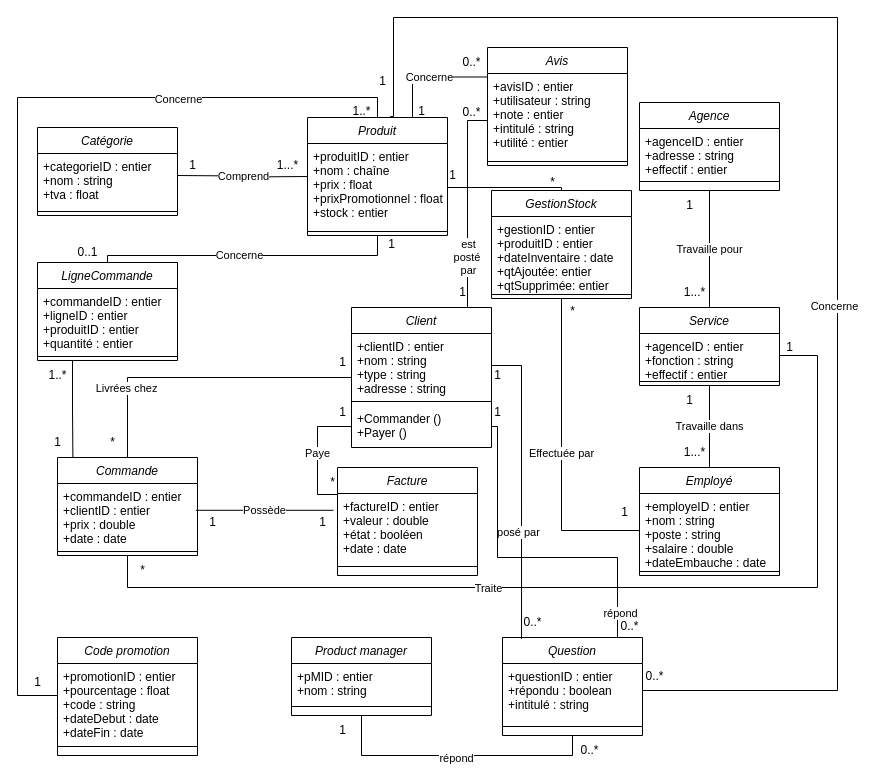
Pi-erren/Canard_Dodu keeps this draw.io diagram as Modele de classe réduit.drawio. Above is the earlier version. Source tidied: cells renumbered, new cells numbered last; positions are measured from the earlier drawing's top-left corner, leaving out a move shared by most shapes. Both pictures are drawn from the tidied source at 100%, with x=0, y=0 at pixel (17, 17).
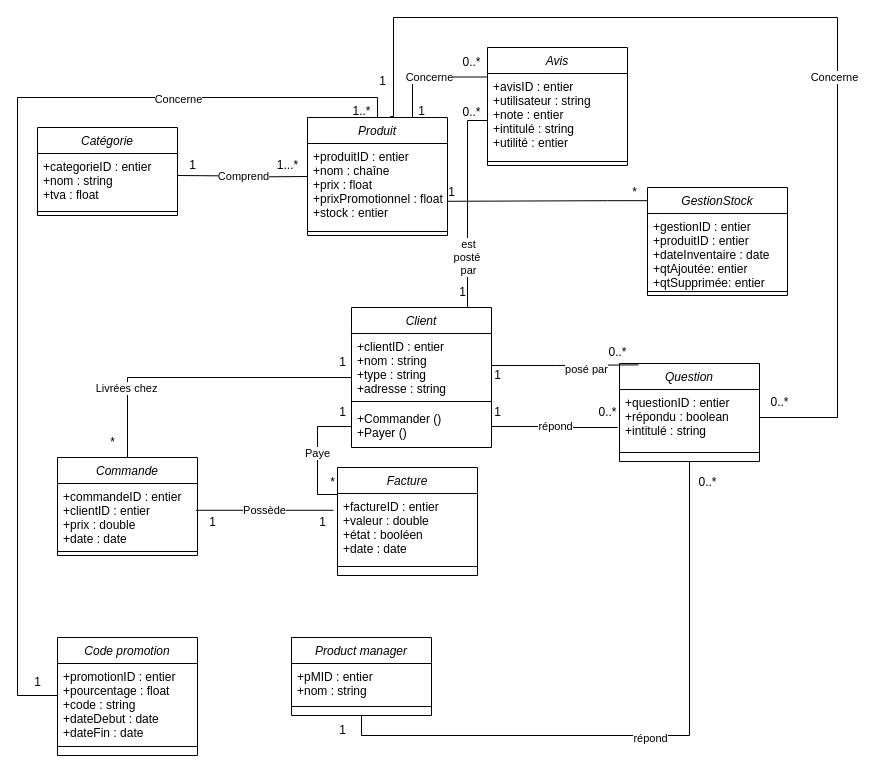
The same diagram, later.

Commit message:
Mettre à jour Modele de classe réduit.drawio

Unchanged cells that the change refers to:
```xml
<mxCell id="2" value="Produit" style="swimlane;fontStyle=2;align=center;verticalAlign=top;horizontal=1;startSize=26;rounded=0;shadow=0;strokeWidth=1;" parent="1" vertex="1">
  <mxGeometry x="290" y="100" width="140" height="118" as="geometry" />
</mxCell>
<mxCell id="3" value="+produitID : entier&#10;+nom : chaîne&#10;+prix : float&#10;+prixPromotionnel : float&#10;+stock : entier" style="text;align=left;verticalAlign=top;spacingLeft=4;spacingRight=4;overflow=hidden;points=[[0,0.5],[1,0.5]];portConstraint=eastwest;" parent="2" vertex="1">
  <mxGeometry y="26" width="140" height="84" as="geometry" />
</mxCell>
<mxCell id="15" value="+Commander ()&#10;+Payer ()" style="text;align=left;verticalAlign=top;spacingLeft=4;spacingRight=4;overflow=hidden;points=[[0,0.5],[1,0.5]];portConstraint=eastwest;" parent="12" vertex="1">
  <mxGeometry y="98" width="140" height="42" as="geometry" />
</mxCell>
<mxCell id="18" value="Commande" style="swimlane;fontStyle=2;align=center;verticalAlign=top;horizontal=1;startSize=26;rounded=0;shadow=0;strokeWidth=1;" parent="1" vertex="1">
  <mxGeometry x="40" y="440" width="140" height="98" as="geometry" />
</mxCell>
<mxCell id="92" value="+questionID : entier&#10;+répondu : boolean&#10;+intitulé : string" style="text;align=left;verticalAlign=top;spacingLeft=4;spacingRight=4;overflow=hidden;points=[[0,0.5],[1,0.5]];portConstraint=eastwest;" parent="91" vertex="1">
  <mxGeometry y="26" width="140" height="54" as="geometry" />
</mxCell>
```

Diff of the diagram source:
```diff
@@
-    <mxCell id="5" value="Travaille dans" style="edgeStyle=orthogonalEdgeStyle;rounded=0;jettySize=auto;html=1;exitX=0.5;exitY=0;exitDx=0;exitDy=0;entryX=0.5;entryY=1;entryDx=0;entryDy=0;endArrow=none;endFill=0;" parent="1" edge="1" source="6" target="28">
-      <mxGeometry relative="1" as="geometry" />
-    </mxCell>
-    <mxCell id="6" value="Employé" style="swimlane;fontStyle=2;align=center;verticalAlign=top;horizontal=1;startSize=26;rounded=0;shadow=0;strokeWidth=1;" parent="1" vertex="1">
-      <mxGeometry x="622" y="450" width="140" height="108" as="geometry" />
-    </mxCell>
-    <mxCell id="7" value="+employeID : entier&#10;+nom : string&#10;+poste : string&#10;+salaire : double&#10;+dateEmbauche : date" style="text;align=left;verticalAlign=top;spacingLeft=4;spacingRight=4;overflow=hidden;points=[[0,0.5],[1,0.5]];portConstraint=eastwest;" parent="6" vertex="1">
-      <mxGeometry y="26" width="140" height="74" as="geometry" />
-    </mxCell>
-    <mxCell id="8" style="line;html=1;strokeWidth=1;align=left;verticalAlign=middle;spacingTop=-1;spacingLeft=3;spacingRight=3;labelPosition=right;" parent="6" vertex="1">
-      <mxGeometry y="100" width="140" height="8" as="geometry" />
-    </mxCell>
@@
-    <mxCell id="21" value="Travaille pour" style="edgeStyle=orthogonalEdgeStyle;rounded=0;jettySize=auto;html=1;exitX=0.5;exitY=1;exitDx=0;exitDy=0;strokeColor=default;startArrow=none;startFill=0;endArrow=none;endFill=0;" parent="1" edge="1" source="22" target="28">
-      <mxGeometry relative="1" as="geometry" />
-    </mxCell>
-    <mxCell id="22" value="Agence" style="swimlane;fontStyle=2;align=center;verticalAlign=top;horizontal=1;startSize=26;rounded=0;shadow=0;strokeWidth=1;" parent="1" vertex="1">
-      <mxGeometry x="622" y="85" width="140" height="88" as="geometry" />
-    </mxCell>
-    <mxCell id="23" value="+agenceID : entier&#10;+adresse : string&#10;+effectif : entier" style="text;align=left;verticalAlign=top;spacingLeft=4;spacingRight=4;overflow=hidden;" parent="22" vertex="1">
-      <mxGeometry y="26" width="140" height="44" as="geometry" />
-    </mxCell>
-    <mxCell id="24" style="line;html=1;strokeWidth=1;align=left;verticalAlign=middle;spacingTop=-1;spacingLeft=3;spacingRight=3;labelPosition=right;" parent="22" vertex="1">
-      <mxGeometry y="70" width="140" height="18" as="geometry" />
-    </mxCell>
@@
-    <mxCell id="28" value="Service" style="swimlane;fontStyle=2;align=center;verticalAlign=top;horizontal=1;startSize=26;rounded=0;shadow=0;strokeWidth=1;" parent="1" vertex="1">
-      <mxGeometry x="622" y="290" width="140" height="78" as="geometry" />
-    </mxCell>
-    <mxCell id="29" value="+agenceID : entier&#10;+fonction : string&#10;+effectif : entier" style="text;align=left;verticalAlign=top;spacingLeft=4;spacingRight=4;overflow=hidden;points=[[0,0.5],[1,0.5]];portConstraint=eastwest;" parent="28" vertex="1">
-      <mxGeometry y="26" width="140" height="44" as="geometry" />
-    </mxCell>
-    <mxCell id="30" style="line;html=1;strokeWidth=1;align=left;verticalAlign=middle;spacingTop=-1;spacingLeft=3;spacingRight=3;labelPosition=right;" parent="28" vertex="1">
-      <mxGeometry y="70" width="140" height="8" as="geometry" />
-    </mxCell>
@@
-    <mxCell id="36" value="1...*" style="text;html=1;align=center;verticalAlign=middle;strokeColor=none;fillColor=none;" parent="1" vertex="1">
-      <mxGeometry x="657" y="260" width="40" height="30" as="geometry" />
-    </mxCell>
@@
-    <mxCell id="38" value="*" style="text;html=1;align=center;verticalAlign=middle;strokeColor=none;fillColor=none;" parent="1" vertex="1">
-      <mxGeometry x="110" y="538" width="30" height="30" as="geometry" />
-    </mxCell>
-    <mxCell id="39" value="1" style="text;html=1;align=center;verticalAlign=middle;strokeColor=none;fillColor=none;" parent="1" vertex="1">
-      <mxGeometry x="757" y="315" width="30" height="30" as="geometry" />
-    </mxCell>
-    <mxCell id="40" value="1...*" style="text;html=1;align=center;verticalAlign=middle;strokeColor=none;fillColor=none;" parent="1" vertex="1">
-      <mxGeometry x="657" y="420" width="40" height="30" as="geometry" />
-    </mxCell>
-    <mxCell id="41" value="1" style="text;html=1;align=center;verticalAlign=middle;strokeColor=none;fillColor=none;" parent="1" vertex="1">
-      <mxGeometry x="657" y="368" width="30" height="30" as="geometry" />
-    </mxCell>
-    <mxCell id="42" value="1" style="text;html=1;align=center;verticalAlign=middle;strokeColor=none;fillColor=none;" parent="1" vertex="1">
-      <mxGeometry x="657" y="173" width="30" height="30" as="geometry" />
-    </mxCell>
@@
-    <mxCell id="46" style="edgeStyle=orthogonalEdgeStyle;rounded=0;jettySize=auto;html=1;exitX=1;exitY=0.5;exitDx=0;exitDy=0;entryX=0.5;entryY=1;entryDx=0;entryDy=0;endArrow=none;endFill=0;" parent="1" edge="1" source="29" target="18">
-      <mxGeometry relative="1" as="geometry">
-        <Array as="points">
-          <mxPoint x="800" y="338" />
-          <mxPoint x="800" y="570" />
-          <mxPoint x="110" y="570" />
-        </Array>
-      </mxGeometry>
-    </mxCell>
-    <mxCell id="47" value="Traite" style="edgeLabel;html=1;align=center;verticalAlign=middle;" parent="46" vertex="1">
-      <mxGeometry x="0.21" relative="1" as="geometry" />
-    </mxCell>
@@
-    <mxCell id="50" style="edgeStyle=orthogonalEdgeStyle;rounded=0;jettySize=auto;html=1;exitX=0.5;exitY=0;exitDx=0;exitDy=0;entryX=0.5;entryY=1;entryDx=0;entryDy=0;endArrow=none;endFill=0;" parent="1" edge="1" source="53" target="2">
-      <mxGeometry relative="1" as="geometry">
-        <Array as="points">
-          <mxPoint x="90" y="238" />
-          <mxPoint x="360" y="238" />
-        </Array>
-      </mxGeometry>
-    </mxCell>
-    <mxCell id="51" value="Concerne" style="edgeLabel;html=1;align=center;verticalAlign=middle;" parent="50" vertex="1">
-      <mxGeometry x="-0.07" y="1" relative="1" as="geometry" />
-    </mxCell>
-    <mxCell id="52" style="edgeStyle=orthogonalEdgeStyle;rounded=0;jettySize=auto;html=1;exitX=0.25;exitY=1;exitDx=0;exitDy=0;entryX=0.11;entryY=-0.002;entryDx=0;entryDy=0;entryPerimeter=0;endArrow=none;endFill=0;" parent="1" edge="1" source="53" target="18">
-      <mxGeometry relative="1" as="geometry" />
-    </mxCell>
-    <mxCell id="53" value="LigneCommande" style="swimlane;fontStyle=2;align=center;verticalAlign=top;horizontal=1;startSize=26;rounded=0;shadow=0;strokeWidth=1;" parent="1" vertex="1">
-      <mxGeometry x="20" y="245" width="140" height="98" as="geometry" />
-    </mxCell>
-    <mxCell id="54" value="+commandeID : entier&#10;+ligneID : entier&#10;+produitID : entier&#10;+quantité : entier&#10;" style="text;align=left;verticalAlign=top;spacingLeft=4;spacingRight=4;overflow=hidden;" parent="53" vertex="1">
-      <mxGeometry y="26" width="140" height="64" as="geometry" />
-    </mxCell>
-    <mxCell id="55" style="line;html=1;strokeWidth=1;align=left;verticalAlign=middle;spacingTop=-1;spacingLeft=3;spacingRight=3;labelPosition=right;" parent="53" vertex="1">
-      <mxGeometry y="90" width="140" height="8" as="geometry" />
-    </mxCell>
-    <mxCell id="56" value="1" style="text;html=1;align=center;verticalAlign=middle;strokeColor=none;fillColor=none;" parent="1" vertex="1">
-      <mxGeometry x="359" y="212" width="30" height="30" as="geometry" />
-    </mxCell>
-    <mxCell id="57" value="0..1" style="text;html=1;align=center;verticalAlign=middle;strokeColor=none;fillColor=none;" parent="1" vertex="1">
-      <mxGeometry x="50" y="220" width="40" height="30" as="geometry" />
-    </mxCell>
-    <mxCell id="58" value="1..*" style="text;html=1;align=center;verticalAlign=middle;strokeColor=none;fillColor=none;" parent="1" vertex="1">
-      <mxGeometry x="20" y="343" width="40" height="30" as="geometry" />
-    </mxCell>
-    <mxCell id="59" value="1" style="text;html=1;align=center;verticalAlign=middle;strokeColor=none;fillColor=none;" parent="1" vertex="1">
-      <mxGeometry x="25" y="410" width="30" height="30" as="geometry" />
-    </mxCell>
-    <mxCell id="60" style="edgeStyle=orthogonalEdgeStyle;rounded=0;jettySize=auto;html=1;exitX=0.5;exitY=0;exitDx=0;exitDy=0;entryX=1;entryY=0.688;entryDx=0;entryDy=0;entryPerimeter=0;endArrow=none;endFill=0;" parent="1" edge="1" source="62" target="3">
+    <mxCell id="60" style="edgeStyle=orthogonalEdgeStyle;rounded=0;jettySize=auto;html=1;exitX=-0.001;exitY=0.122;exitDx=0;exitDy=0;entryX=1;entryY=0.688;entryDx=0;entryDy=0;entryPerimeter=0;endArrow=none;endFill=0;exitPerimeter=0;" parent="1" edge="1" source="62" target="3">
       <mxGeometry relative="1" as="geometry">
         <Array as="points">
-          <mxPoint x="544" y="170" />
+          <mxPoint x="590" y="184" />
+          <mxPoint x="590" y="184" />
         </Array>
       </mxGeometry>
     </mxCell>
-    <mxCell id="61" value="Effectuée par" style="edgeStyle=orthogonalEdgeStyle;rounded=0;jettySize=auto;html=1;exitX=0.5;exitY=1;exitDx=0;exitDy=0;entryX=0;entryY=0.5;entryDx=0;entryDy=0;endArrow=none;endFill=0;" parent="1" edge="1" source="62" target="7">
-      <mxGeometry relative="1" as="geometry" />
-    </mxCell>
     <mxCell id="62" value="GestionStock" style="swimlane;fontStyle=2;align=center;verticalAlign=top;horizontal=1;startSize=26;rounded=0;shadow=0;strokeWidth=1;" parent="1" vertex="1">
-      <mxGeometry x="474" y="173" width="140" height="108" as="geometry" />
+      <mxGeometry x="630" y="170" width="140" height="108" as="geometry" />
     </mxCell>
@@
     <mxCell id="65" value="1" style="text;html=1;align=center;verticalAlign=middle;strokeColor=none;fillColor=none;" parent="1" vertex="1">
-      <mxGeometry x="420" y="143" width="30" height="30" as="geometry" />
+      <mxGeometry x="419" y="160" width="30" height="30" as="geometry" />
     </mxCell>
     <mxCell id="66" value="*" style="text;html=1;align=center;verticalAlign=middle;strokeColor=none;fillColor=none;" parent="1" vertex="1">
-      <mxGeometry x="520" y="150" width="30" height="30" as="geometry" />
+      <mxGeometry x="602" y="160" width="30" height="30" as="geometry" />
     </mxCell>
-    <mxCell id="67" value="1" style="text;html=1;align=center;verticalAlign=middle;strokeColor=none;fillColor=none;" parent="1" vertex="1">
-      <mxGeometry x="592" y="480" width="30" height="30" as="geometry" />
-    </mxCell>
-    <mxCell id="68" value="*" style="text;html=1;align=center;verticalAlign=middle;strokeColor=none;fillColor=none;" parent="1" vertex="1">
-      <mxGeometry x="540" y="279" width="30" height="30" as="geometry" />
-    </mxCell>
@@
     <mxCell id="91" value="Question" style="swimlane;fontStyle=2;align=center;verticalAlign=top;horizontal=1;startSize=26;rounded=0;shadow=0;strokeWidth=1;" parent="1" vertex="1">
-      <mxGeometry x="485" y="620" width="140" height="98" as="geometry" />
+      <mxGeometry x="602" y="346" width="140" height="98" as="geometry" />
     </mxCell>
@@
     <mxCell id="97" value="0..*" style="text;html=1;align=center;verticalAlign=middle;strokeColor=none;fillColor=none;" parent="1" vertex="1">
-      <mxGeometry x="495" y="590" width="40" height="30" as="geometry" />
+      <mxGeometry x="570" y="380" width="40" height="30" as="geometry" />
     </mxCell>
     <mxCell id="98" style="edgeStyle=orthogonalEdgeStyle;rounded=0;jettySize=auto;html=1;exitX=1;exitY=0.5;exitDx=0;exitDy=0;entryX=0.591;entryY=-0.008;entryDx=0;entryDy=0;entryPerimeter=0;endArrow=none;endFill=0;" parent="1" edge="1" source="92" target="2">
       <mxGeometry relative="1" as="geometry">
         <Array as="points">
-          <mxPoint x="820" y="673" />
+          <mxPoint x="820" y="400" />
           <mxPoint x="820" />
           <mxPoint x="376" />
           <mxPoint x="376" y="99" />
         </Array>
       </mxGeometry>
     </mxCell>
@@
     <mxCell id="101" value="0..*" style="text;html=1;align=center;verticalAlign=middle;strokeColor=none;fillColor=none;" parent="1" vertex="1">
-      <mxGeometry x="617" y="644" width="40" height="30" as="geometry" />
+      <mxGeometry x="670" y="450" width="40" height="30" as="geometry" />
     </mxCell>
-    <mxCell id="102" style="edgeStyle=orthogonalEdgeStyle;rounded=0;jettySize=auto;html=1;exitX=1;exitY=0.5;exitDx=0;exitDy=0;endArrow=none;endFill=0;" parent="1" edge="1" source="15" target="91">
-      <mxGeometry relative="1" as="geometry">
-        <Array as="points">
-          <mxPoint x="480" y="409" />
-          <mxPoint x="480" y="540" />
-          <mxPoint x="600" y="540" />
-        </Array>
-      </mxGeometry>
-    </mxCell>
-    <mxCell id="103" value="répond" style="edgeLabel;html=1;align=center;verticalAlign=middle;" parent="102" vertex="1">
-      <mxGeometry x="0.85" y="2" relative="1" as="geometry" />
-    </mxCell>
     <mxCell id="104" value="0..*" style="text;html=1;align=center;verticalAlign=middle;strokeColor=none;fillColor=none;" parent="1" vertex="1">
-      <mxGeometry x="552" y="718" width="40" height="30" as="geometry" />
+      <mxGeometry x="742" y="370" width="40" height="30" as="geometry" />
     </mxCell>
@@
     <mxCell id="106" value="0..*" style="text;html=1;align=center;verticalAlign=middle;strokeColor=none;fillColor=none;" parent="1" vertex="1">
-      <mxGeometry x="592" y="594" width="40" height="30" as="geometry" />
+      <mxGeometry x="580" y="320" width="40" height="30" as="geometry" />
     </mxCell>
@@
+    <mxCell id="103" value="répond" style="edgeStyle=orthogonalEdgeStyle;rounded=0;jettySize=auto;html=1;exitX=1;exitY=0.5;exitDx=0;exitDy=0;entryX=-0.013;entryY=0.704;entryDx=0;entryDy=0;entryPerimeter=0;endArrow=none;endFill=0;" parent="1" edge="1" source="15" target="92">
+      <mxGeometry relative="1" as="geometry" />
+    </mxCell>
```
